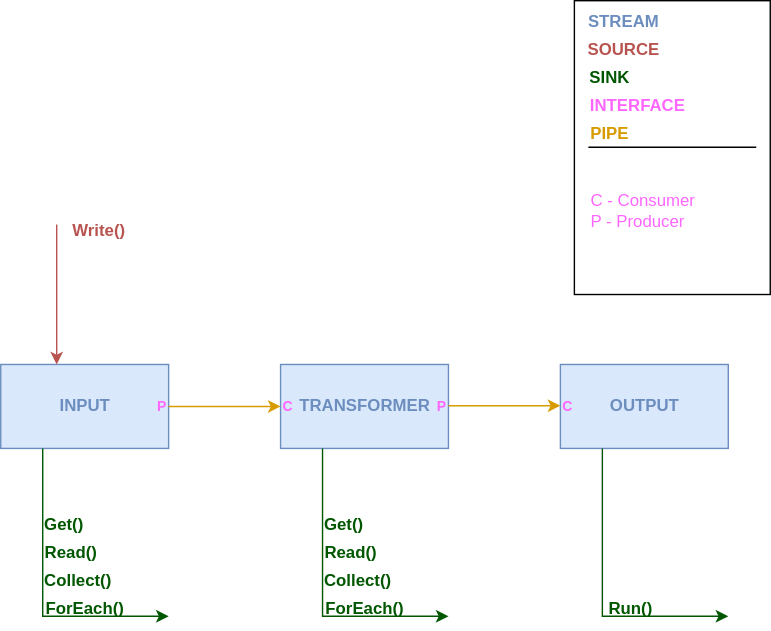
Earlier version of the draw.io export pipeline.svg (DanielSvub/stream). Source tidied: cells renumbered, new cells last; positions are measured from the earlier drawing's top-left corner, leaving out a move shared by most shapes. The source it was exported from:
```xml
<mxGraphModel>
  <root>
    <mxCell id="0" />
    <mxCell id="1" parent="0" />
    <mxCell id="2" style="rounded=0;whiteSpace=wrap;html=1;fillColor=#dae8fc;strokeColor=#6c8ebf;" parent="1" vertex="1">
      <mxGeometry y="260" width="120" height="60" as="geometry" />
    </mxCell>
    <mxCell id="3" style="rounded=0;whiteSpace=wrap;html=1;fillColor=#dae8fc;strokeColor=#6c8ebf;" parent="1" vertex="1">
      <mxGeometry x="200" y="260" width="120" height="60" as="geometry" />
    </mxCell>
    <mxCell id="4" style="rounded=0;whiteSpace=wrap;html=1;fillColor=#dae8fc;strokeColor=#6c8ebf;" parent="1" vertex="1">
      <mxGeometry x="400" y="260" width="120" height="60" as="geometry" />
    </mxCell>
    <mxCell id="5" style="endArrow=classic;html=1;rounded=0;entryX=0;entryY=0;entryDx=0;entryDy=0;fillColor=#f8cecc;strokeColor=#b85450;" parent="1" edge="1">
      <mxGeometry relative="1" as="geometry">
        <mxPoint x="40" y="160" as="sourcePoint" />
        <mxPoint x="40" y="260" as="targetPoint" />
      </mxGeometry>
    </mxCell>
    <mxCell id="6" style="endArrow=classic;html=1;rounded=0;entryX=0;entryY=0.5;entryDx=0;entryDy=0;exitX=1;exitY=0.5;exitDx=0;exitDy=0;fillColor=#ffe6cc;strokeColor=#d79b00;" parent="1" edge="1" source="2" target="3">
      <mxGeometry relative="1" as="geometry" />
    </mxCell>
    <mxCell id="7" style="endArrow=classic;html=1;rounded=0;entryX=0;entryY=0.5;entryDx=0;entryDy=0;exitX=1;exitY=0.5;exitDx=0;exitDy=0;fillColor=#ffe6cc;strokeColor=#d79b00;" parent="1" edge="1">
      <mxGeometry relative="1" as="geometry">
        <mxPoint x="320" y="289.5" as="sourcePoint" />
        <mxPoint x="400" y="289.5" as="targetPoint" />
      </mxGeometry>
    </mxCell>
    <mxCell id="8" style="endArrow=classic;html=1;rounded=0;exitX=0.25;exitY=1;exitDx=0;exitDy=0;fillColor=#008a00;strokeColor=#005700;" parent="1" edge="1" source="2">
      <mxGeometry relative="1" as="geometry">
        <mxPoint x="120" y="440" as="targetPoint" />
        <Array as="points">
          <mxPoint x="30" y="440" />
        </Array>
      </mxGeometry>
    </mxCell>
    <mxCell id="9" style="endArrow=classic;html=1;rounded=0;exitX=0.25;exitY=1;exitDx=0;exitDy=0;fillColor=#008a00;strokeColor=#005700;" parent="1" edge="1">
      <mxGeometry relative="1" as="geometry">
        <mxPoint x="230" y="320" as="sourcePoint" />
        <mxPoint x="320" y="440" as="targetPoint" />
        <Array as="points">
          <mxPoint x="230" y="440" />
        </Array>
      </mxGeometry>
    </mxCell>
    <mxCell id="10" style="endArrow=classic;html=1;rounded=0;exitX=0.25;exitY=1;exitDx=0;exitDy=0;fillColor=#008a00;strokeColor=#005700;" parent="1" edge="1">
      <mxGeometry relative="1" as="geometry">
        <mxPoint x="430" y="320" as="sourcePoint" />
        <mxPoint x="520" y="440" as="targetPoint" />
        <Array as="points">
          <mxPoint x="430" y="440" />
        </Array>
      </mxGeometry>
    </mxCell>
    <mxCell id="11" value="&lt;b&gt;&lt;font color=&quot;#6c8ebf&quot;&gt;INPUT&lt;/font&gt;&lt;/b&gt;" style="text;html=1;align=center;verticalAlign=middle;strokeColor=none;fillColor=none;" parent="1" vertex="1">
      <mxGeometry x="30" y="275" width="60" height="30" as="geometry" />
    </mxCell>
    <mxCell id="12" value="&lt;font color=&quot;#6c8ebf&quot;&gt;&lt;b&gt;OUT&lt;/b&gt;&lt;/font&gt;&lt;b&gt;&lt;font color=&quot;#6c8ebf&quot;&gt;PUT&lt;/font&gt;&lt;/b&gt;" style="text;html=1;align=center;verticalAlign=middle;strokeColor=none;fillColor=none;" parent="1" vertex="1">
      <mxGeometry x="425" y="275" width="70" height="30" as="geometry" />
    </mxCell>
    <mxCell id="13" value="&lt;font size=&quot;1&quot; color=&quot;#ff66ff&quot;&gt;&lt;b&gt;P&lt;/b&gt;&lt;/font&gt;" style="text;html=1;align=center;verticalAlign=middle;strokeColor=none;fillColor=none;" parent="1" vertex="1">
      <mxGeometry x="100" y="275" width="30" height="30" as="geometry" />
    </mxCell>
    <mxCell id="14" value="&lt;font size=&quot;1&quot; color=&quot;#ff66ff&quot;&gt;&lt;b&gt;P&lt;/b&gt;&lt;/font&gt;" style="text;html=1;align=center;verticalAlign=middle;strokeColor=none;fillColor=none;" parent="1" vertex="1">
      <mxGeometry x="300" y="275" width="30" height="30" as="geometry" />
    </mxCell>
    <mxCell id="15" value="&lt;font size=&quot;1&quot; color=&quot;#ff66ff&quot;&gt;&lt;b&gt;C&lt;/b&gt;&lt;/font&gt;" style="text;html=1;align=center;verticalAlign=middle;strokeColor=none;fillColor=none;" parent="1" vertex="1">
      <mxGeometry x="390" y="275" width="30" height="30" as="geometry" />
    </mxCell>
    <mxCell id="16" value="&lt;font color=&quot;#ff66ff&quot; size=&quot;1&quot;&gt;&lt;b&gt;C&lt;/b&gt;&lt;/font&gt;" style="text;html=1;align=center;verticalAlign=middle;strokeColor=none;fillColor=none;" parent="1" vertex="1">
      <mxGeometry x="190" y="275" width="30" height="30" as="geometry" />
    </mxCell>
    <mxCell id="17" value="&lt;font color=&quot;#6c8ebf&quot;&gt;&lt;b&gt;TRANSFORMER&lt;/b&gt;&lt;/font&gt;" style="text;html=1;align=center;verticalAlign=middle;strokeColor=none;fillColor=none;" parent="1" vertex="1">
      <mxGeometry x="200" y="275" width="120" height="30" as="geometry" />
    </mxCell>
    <mxCell id="18" value="&lt;font color=&quot;#b85450&quot;&gt;&lt;b&gt;Write()&lt;/b&gt;&lt;/font&gt;" style="text;html=1;align=center;verticalAlign=middle;strokeColor=none;fillColor=none;" parent="1" vertex="1">
      <mxGeometry x="40" y="150" width="60" height="30" as="geometry" />
    </mxCell>
    <mxCell id="19" value="&lt;font color=&quot;#005700&quot;&gt;&lt;b&gt;ForEach()&lt;/b&gt;&lt;/font&gt;" style="text;html=1;align=center;verticalAlign=middle;strokeColor=none;fillColor=none;" parent="1" vertex="1">
      <mxGeometry x="20" y="420" width="80" height="30" as="geometry" />
    </mxCell>
    <mxCell id="20" value="&lt;font color=&quot;#005700&quot;&gt;&lt;b&gt;Collect()&lt;/b&gt;&lt;/font&gt;" style="text;html=1;align=center;verticalAlign=middle;strokeColor=none;fillColor=none;" parent="1" vertex="1">
      <mxGeometry x="20" y="400" width="70" height="30" as="geometry" />
    </mxCell>
    <mxCell id="21" value="&lt;font color=&quot;#005700&quot;&gt;&lt;b&gt;Read()&lt;/b&gt;&lt;/font&gt;" style="text;html=1;align=center;verticalAlign=middle;strokeColor=none;fillColor=none;" parent="1" vertex="1">
      <mxGeometry x="20" y="380" width="60" height="30" as="geometry" />
    </mxCell>
    <mxCell id="22" value="&lt;font color=&quot;#005700&quot;&gt;&lt;b&gt;Get()&lt;/b&gt;&lt;/font&gt;" style="text;html=1;align=center;verticalAlign=middle;strokeColor=none;fillColor=none;" parent="1" vertex="1">
      <mxGeometry x="20" y="360" width="50" height="30" as="geometry" />
    </mxCell>
    <mxCell id="23" value="&lt;font color=&quot;#005700&quot;&gt;&lt;b&gt;Collect()&lt;/b&gt;&lt;/font&gt;" style="text;html=1;align=center;verticalAlign=middle;strokeColor=none;fillColor=none;" parent="1" vertex="1">
      <mxGeometry x="220" y="400" width="70" height="30" as="geometry" />
    </mxCell>
    <mxCell id="24" value="&lt;font color=&quot;#005700&quot;&gt;&lt;b&gt;ForEach()&lt;/b&gt;&lt;/font&gt;" style="text;html=1;align=center;verticalAlign=middle;strokeColor=none;fillColor=none;" parent="1" vertex="1">
      <mxGeometry x="220" y="420" width="80" height="30" as="geometry" />
    </mxCell>
    <mxCell id="25" value="&lt;font color=&quot;#005700&quot;&gt;&lt;b&gt;Read()&lt;/b&gt;&lt;/font&gt;" style="text;html=1;align=center;verticalAlign=middle;strokeColor=none;fillColor=none;" parent="1" vertex="1">
      <mxGeometry x="220" y="380" width="60" height="30" as="geometry" />
    </mxCell>
    <mxCell id="26" value="&lt;font color=&quot;#005700&quot;&gt;&lt;b&gt;Get()&lt;/b&gt;&lt;/font&gt;" style="text;html=1;align=center;verticalAlign=middle;strokeColor=none;fillColor=none;" parent="1" vertex="1">
      <mxGeometry x="220" y="360" width="50" height="30" as="geometry" />
    </mxCell>
    <mxCell id="27" value="&lt;font color=&quot;#005700&quot;&gt;&lt;b&gt;Run()&lt;/b&gt;&lt;/font&gt;" style="text;html=1;align=center;verticalAlign=middle;strokeColor=none;fillColor=none;" parent="1" vertex="1">
      <mxGeometry x="425" y="420" width="50" height="30" as="geometry" />
    </mxCell>
    <mxCell id="28" style="rounded=0;whiteSpace=wrap;html=1;" parent="1" vertex="1">
      <mxGeometry x="410" width="140" height="210" as="geometry" />
    </mxCell>
    <mxCell id="29" value="&lt;font color=&quot;#6c8ebf&quot;&gt;&lt;b&gt;STREAM&lt;/b&gt;&lt;/font&gt;" style="text;html=1;align=center;verticalAlign=middle;strokeColor=none;fillColor=none;" parent="1" vertex="1">
      <mxGeometry x="410" width="70" height="30" as="geometry" />
    </mxCell>
    <mxCell id="30" value="&lt;font color=&quot;#b85450&quot;&gt;&lt;b&gt;SOURCE&lt;/b&gt;&lt;/font&gt;" style="text;html=1;align=center;verticalAlign=middle;strokeColor=none;fillColor=none;" parent="1" vertex="1">
      <mxGeometry x="410" y="20" width="70" height="30" as="geometry" />
    </mxCell>
    <mxCell id="31" value="&lt;font color=&quot;#005700&quot;&gt;&lt;b&gt;SINK&lt;/b&gt;&lt;/font&gt;" style="text;html=1;align=center;verticalAlign=middle;strokeColor=none;fillColor=none;" parent="1" vertex="1">
      <mxGeometry x="410" y="40" width="50" height="30" as="geometry" />
    </mxCell>
    <mxCell id="32" value="&lt;font color=&quot;#ff66ff&quot;&gt;&lt;b&gt;INTERFACE&lt;/b&gt;&lt;/font&gt;" style="text;html=1;align=center;verticalAlign=middle;strokeColor=none;fillColor=none;" parent="1" vertex="1">
      <mxGeometry x="410" y="60" width="90" height="30" as="geometry" />
    </mxCell>
    <mxCell id="33" value="&lt;b&gt;&lt;font color=&quot;#d79b00&quot;&gt;PIPE&lt;/font&gt;&lt;/b&gt;" style="text;html=1;align=center;verticalAlign=middle;strokeColor=none;fillColor=none;" parent="1" vertex="1">
      <mxGeometry x="410" y="80" width="50" height="30" as="geometry" />
    </mxCell>
    <mxCell id="34" style="endArrow=none;html=1;rounded=0;" parent="1" edge="1">
      <mxGeometry relative="1" as="geometry">
        <mxPoint x="420" y="104.8" as="sourcePoint" />
        <mxPoint x="540" y="104.8" as="targetPoint" />
      </mxGeometry>
    </mxCell>
    <mxCell id="35" value="&lt;div align=&quot;left&quot;&gt;&lt;font color=&quot;#ff66ff&quot;&gt;C - Consumer&lt;/font&gt;&lt;/div&gt;&lt;div align=&quot;left&quot;&gt;&lt;font color=&quot;#ff66ff&quot;&gt;P - Producer&lt;br&gt;&lt;/font&gt;&lt;/div&gt;" style="text;html=1;align=left;verticalAlign=middle;strokeColor=none;fillColor=none;" parent="1" vertex="1">
      <mxGeometry x="420" y="130" width="100" height="40" as="geometry" />
    </mxCell>
  </root>
</mxGraphModel>
```
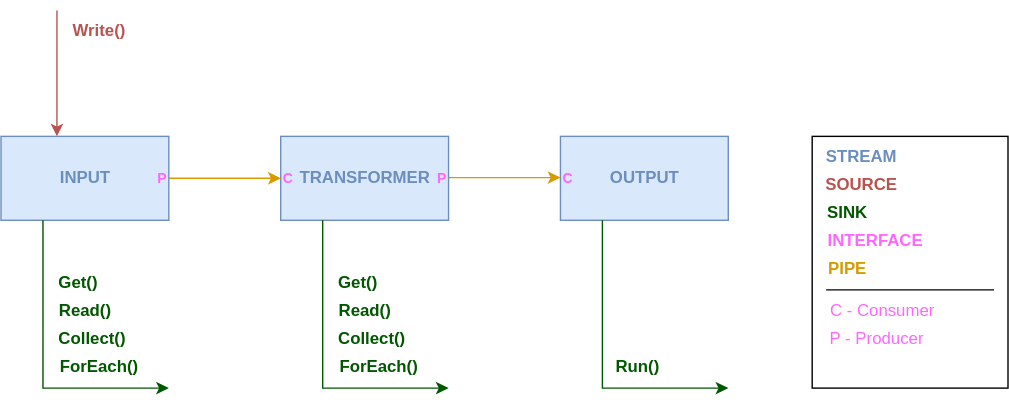
Above is the later version.

What changed in the source:
```diff
@@ -13,7 +13,7 @@
     </mxCell>
     <mxCell id="5" style="endArrow=classic;html=1;rounded=0;entryX=0;entryY=0;entryDx=0;entryDy=0;fillColor=#f8cecc;strokeColor=#b85450;" parent="1" edge="1">
       <mxGeometry relative="1" as="geometry">
-        <mxPoint x="40" y="160" as="sourcePoint" />
+        <mxPoint x="40" y="170" as="sourcePoint" />
         <mxPoint x="40" y="260" as="targetPoint" />
       </mxGeometry>
     </mxCell>
@@ -74,61 +74,64 @@
       <mxGeometry x="200" y="275" width="120" height="30" as="geometry" />
     </mxCell>
     <mxCell id="18" value="&lt;font color=&quot;#b85450&quot;&gt;&lt;b&gt;Write()&lt;/b&gt;&lt;/font&gt;" style="text;html=1;align=center;verticalAlign=middle;strokeColor=none;fillColor=none;" parent="1" vertex="1">
-      <mxGeometry x="40" y="150" width="60" height="30" as="geometry" />
+      <mxGeometry x="40" y="170" width="60" height="30" as="geometry" />
     </mxCell>
     <mxCell id="19" value="&lt;font color=&quot;#005700&quot;&gt;&lt;b&gt;ForEach()&lt;/b&gt;&lt;/font&gt;" style="text;html=1;align=center;verticalAlign=middle;strokeColor=none;fillColor=none;" parent="1" vertex="1">
-      <mxGeometry x="20" y="420" width="80" height="30" as="geometry" />
+      <mxGeometry x="30" y="410" width="80" height="30" as="geometry" />
     </mxCell>
     <mxCell id="20" value="&lt;font color=&quot;#005700&quot;&gt;&lt;b&gt;Collect()&lt;/b&gt;&lt;/font&gt;" style="text;html=1;align=center;verticalAlign=middle;strokeColor=none;fillColor=none;" parent="1" vertex="1">
-      <mxGeometry x="20" y="400" width="70" height="30" as="geometry" />
+      <mxGeometry x="30" y="390" width="70" height="30" as="geometry" />
     </mxCell>
     <mxCell id="21" value="&lt;font color=&quot;#005700&quot;&gt;&lt;b&gt;Read()&lt;/b&gt;&lt;/font&gt;" style="text;html=1;align=center;verticalAlign=middle;strokeColor=none;fillColor=none;" parent="1" vertex="1">
-      <mxGeometry x="20" y="380" width="60" height="30" as="geometry" />
+      <mxGeometry x="30" y="370" width="60" height="30" as="geometry" />
     </mxCell>
     <mxCell id="22" value="&lt;font color=&quot;#005700&quot;&gt;&lt;b&gt;Get()&lt;/b&gt;&lt;/font&gt;" style="text;html=1;align=center;verticalAlign=middle;strokeColor=none;fillColor=none;" parent="1" vertex="1">
-      <mxGeometry x="20" y="360" width="50" height="30" as="geometry" />
+      <mxGeometry x="30" y="350" width="50" height="30" as="geometry" />
     </mxCell>
     <mxCell id="23" value="&lt;font color=&quot;#005700&quot;&gt;&lt;b&gt;Collect()&lt;/b&gt;&lt;/font&gt;" style="text;html=1;align=center;verticalAlign=middle;strokeColor=none;fillColor=none;" parent="1" vertex="1">
-      <mxGeometry x="220" y="400" width="70" height="30" as="geometry" />
+      <mxGeometry x="230" y="390" width="70" height="30" as="geometry" />
     </mxCell>
     <mxCell id="24" value="&lt;font color=&quot;#005700&quot;&gt;&lt;b&gt;ForEach()&lt;/b&gt;&lt;/font&gt;" style="text;html=1;align=center;verticalAlign=middle;strokeColor=none;fillColor=none;" parent="1" vertex="1">
-      <mxGeometry x="220" y="420" width="80" height="30" as="geometry" />
+      <mxGeometry x="230" y="410" width="80" height="30" as="geometry" />
     </mxCell>
     <mxCell id="25" value="&lt;font color=&quot;#005700&quot;&gt;&lt;b&gt;Read()&lt;/b&gt;&lt;/font&gt;" style="text;html=1;align=center;verticalAlign=middle;strokeColor=none;fillColor=none;" parent="1" vertex="1">
-      <mxGeometry x="220" y="380" width="60" height="30" as="geometry" />
+      <mxGeometry x="230" y="370" width="60" height="30" as="geometry" />
     </mxCell>
     <mxCell id="26" value="&lt;font color=&quot;#005700&quot;&gt;&lt;b&gt;Get()&lt;/b&gt;&lt;/font&gt;" style="text;html=1;align=center;verticalAlign=middle;strokeColor=none;fillColor=none;" parent="1" vertex="1">
-      <mxGeometry x="220" y="360" width="50" height="30" as="geometry" />
+      <mxGeometry x="230" y="350" width="50" height="30" as="geometry" />
     </mxCell>
     <mxCell id="27" value="&lt;font color=&quot;#005700&quot;&gt;&lt;b&gt;Run()&lt;/b&gt;&lt;/font&gt;" style="text;html=1;align=center;verticalAlign=middle;strokeColor=none;fillColor=none;" parent="1" vertex="1">
-      <mxGeometry x="425" y="420" width="50" height="30" as="geometry" />
+      <mxGeometry x="430" y="410" width="50" height="30" as="geometry" />
     </mxCell>
     <mxCell id="28" style="rounded=0;whiteSpace=wrap;html=1;" parent="1" vertex="1">
-      <mxGeometry x="410" width="140" height="210" as="geometry" />
+      <mxGeometry x="580" y="260" width="140" height="180" as="geometry" />
     </mxCell>
     <mxCell id="29" value="&lt;font color=&quot;#6c8ebf&quot;&gt;&lt;b&gt;STREAM&lt;/b&gt;&lt;/font&gt;" style="text;html=1;align=center;verticalAlign=middle;strokeColor=none;fillColor=none;" parent="1" vertex="1">
-      <mxGeometry x="410" width="70" height="30" as="geometry" />
+      <mxGeometry x="580" y="260" width="70" height="30" as="geometry" />
     </mxCell>
     <mxCell id="30" value="&lt;font color=&quot;#b85450&quot;&gt;&lt;b&gt;SOURCE&lt;/b&gt;&lt;/font&gt;" style="text;html=1;align=center;verticalAlign=middle;strokeColor=none;fillColor=none;" parent="1" vertex="1">
-      <mxGeometry x="410" y="20" width="70" height="30" as="geometry" />
+      <mxGeometry x="580" y="280" width="70" height="30" as="geometry" />
     </mxCell>
     <mxCell id="31" value="&lt;font color=&quot;#005700&quot;&gt;&lt;b&gt;SINK&lt;/b&gt;&lt;/font&gt;" style="text;html=1;align=center;verticalAlign=middle;strokeColor=none;fillColor=none;" parent="1" vertex="1">
-      <mxGeometry x="410" y="40" width="50" height="30" as="geometry" />
+      <mxGeometry x="580" y="300" width="50" height="30" as="geometry" />
     </mxCell>
     <mxCell id="32" value="&lt;font color=&quot;#ff66ff&quot;&gt;&lt;b&gt;INTERFACE&lt;/b&gt;&lt;/font&gt;" style="text;html=1;align=center;verticalAlign=middle;strokeColor=none;fillColor=none;" parent="1" vertex="1">
-      <mxGeometry x="410" y="60" width="90" height="30" as="geometry" />
+      <mxGeometry x="580" y="320" width="90" height="30" as="geometry" />
     </mxCell>
     <mxCell id="33" value="&lt;b&gt;&lt;font color=&quot;#d79b00&quot;&gt;PIPE&lt;/font&gt;&lt;/b&gt;" style="text;html=1;align=center;verticalAlign=middle;strokeColor=none;fillColor=none;" parent="1" vertex="1">
-      <mxGeometry x="410" y="80" width="50" height="30" as="geometry" />
+      <mxGeometry x="580" y="340" width="50" height="30" as="geometry" />
     </mxCell>
     <mxCell id="34" style="endArrow=none;html=1;rounded=0;" parent="1" edge="1">
       <mxGeometry relative="1" as="geometry">
-        <mxPoint x="420" y="104.8" as="sourcePoint" />
-        <mxPoint x="540" y="104.8" as="targetPoint" />
+        <mxPoint x="590" y="369.8" as="sourcePoint" />
+        <mxPoint x="710" y="369.8" as="targetPoint" />
       </mxGeometry>
     </mxCell>
-    <mxCell id="35" value="&lt;div align=&quot;left&quot;&gt;&lt;font color=&quot;#ff66ff&quot;&gt;C - Consumer&lt;/font&gt;&lt;/div&gt;&lt;div align=&quot;left&quot;&gt;&lt;font color=&quot;#ff66ff&quot;&gt;P - Producer&lt;br&gt;&lt;/font&gt;&lt;/div&gt;" style="text;html=1;align=left;verticalAlign=middle;strokeColor=none;fillColor=none;" parent="1" vertex="1">
-      <mxGeometry x="420" y="130" width="100" height="40" as="geometry" />
+    <mxCell id="35" value="&lt;div align=&quot;center&quot;&gt;&lt;font color=&quot;#ff66ff&quot;&gt;C - Consumer&lt;/font&gt;&lt;/div&gt;" style="text;html=1;align=center;verticalAlign=middle;strokeColor=none;fillColor=none;" parent="1" vertex="1">
+      <mxGeometry x="580" y="370" width="100" height="30" as="geometry" />
     </mxCell>
+    <mxCell id="36" value="&lt;font color=&quot;#ff66ff&quot;&gt;P - Producer&lt;/font&gt;" style="text;html=1;align=center;verticalAlign=middle;strokeColor=none;fillColor=none;" parent="1" vertex="1">
+      <mxGeometry x="581" y="390" width="90" height="30" as="geometry" />
+    </mxCell>
   </root>
 </mxGraphModel>
```
